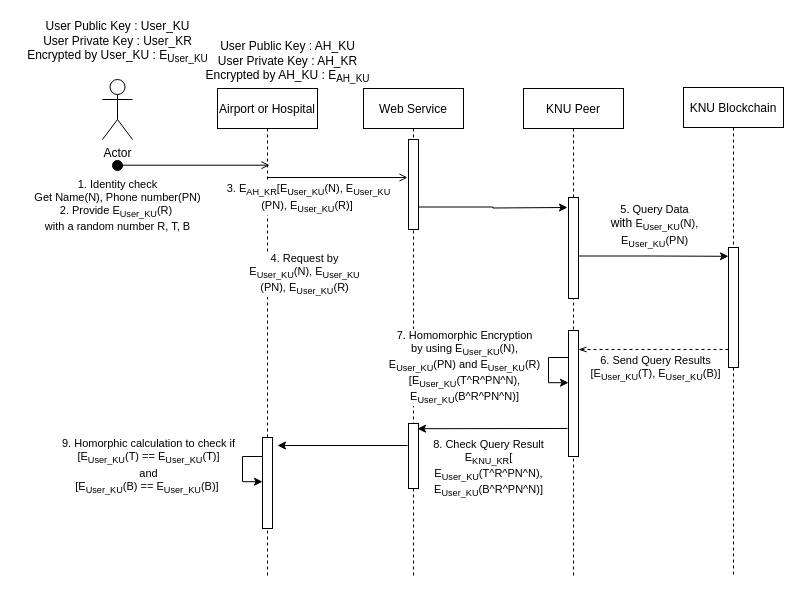
The draw.io diagram page "query for proof" (4 of 4) of SequenceDiagram.drawio in GunhyungKim/TrackingSystem, before the edit. Source tidied: cells renumbered, new cells numbered last; positions are measured from the earlier drawing's top-left corner, leaving out a move shared by most shapes. Both pictures are drawn from the tidied source at 100%, with x=0, y=0 at pixel (17, 17).
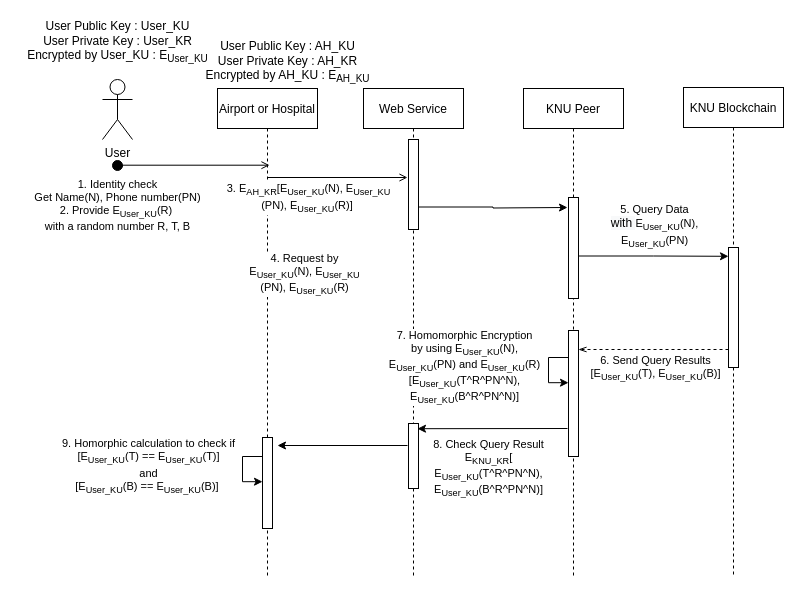
The same diagram, later.

What changed in the source:
```diff
@@
-    <mxCell id="22" value="Actor" style="shape=umlActor;verticalLabelPosition=bottom;verticalAlign=top;html=1;fillColor=#ffffff;" parent="1" vertex="1">
+    <mxCell id="22" value="User" style="shape=umlActor;verticalLabelPosition=bottom;verticalAlign=top;html=1;fillColor=#ffffff;" parent="1" vertex="1">
       <mxGeometry x="85" y="62" width="30" height="60" as="geometry" />
     </mxCell>
```
